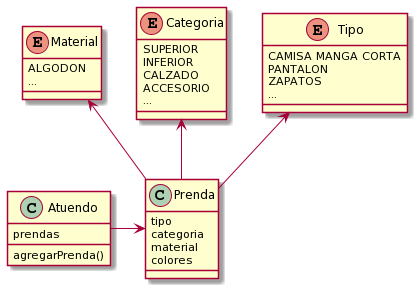
Above: diagrama.png in igonzalezmartin/QMP1 (PlantUML), before the change. Its diagram source:
```plantuml
@startuml
enum Tipo{
  CAMISA MANGA CORTA
  PANTALON
  ZAPATOS
  ...
}

enum Categoria{
  SUPERIOR
  INFERIOR
  CALZADO
  ACCESORIO
  ...
}

enum Material {
  ALGODON
  ...
}

class Prenda {
  tipo
  categoria
  material
  colores

}

class Atuendo {
  prendas
  agregarPrenda()
}


Atuendo -> Prenda
Prenda -up-> Tipo
Prenda -up-> Categoria
Prenda -up-> Material
@enduml
```
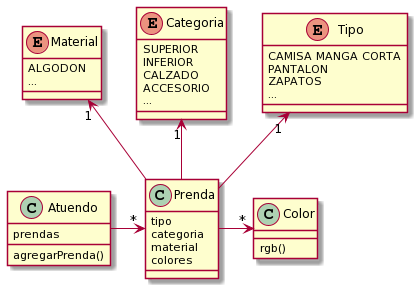
After the change.

Commit message:
Colores y actualizacion del diagrama

What changed in the source:
```diff
@@ -32,9 +32,14 @@
   agregarPrenda()
 }
 
+class Color {
+  rgb()
+}
 
-Atuendo -> Prenda
-Prenda -up-> Tipo
-Prenda -up-> Categoria
-Prenda -up-> Material
+
+Atuendo -> "*" Prenda
+Prenda -up-> "1" Tipo
+Prenda -up-> "1" Categoria
+Prenda -up-> "1" Material
+Prenda -right-> "*" Color
 @enduml
```
